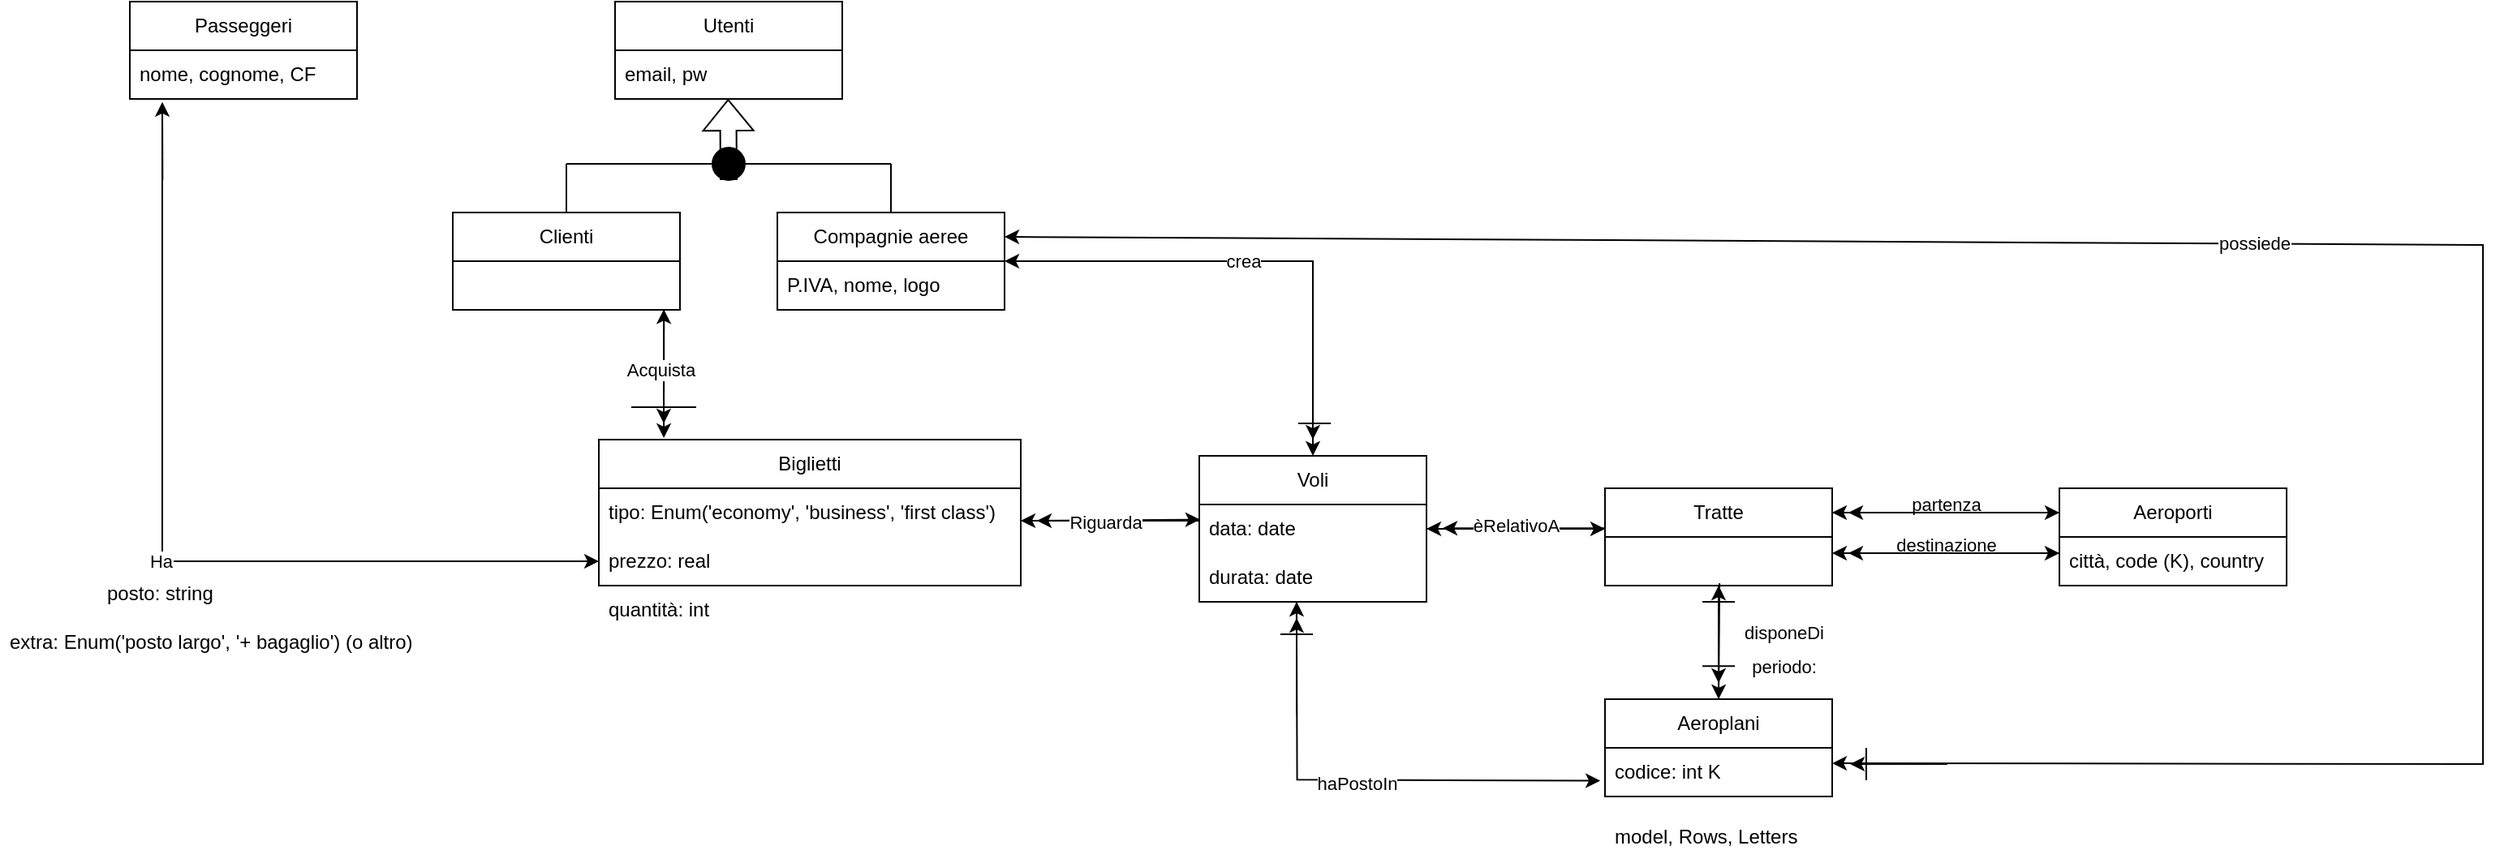
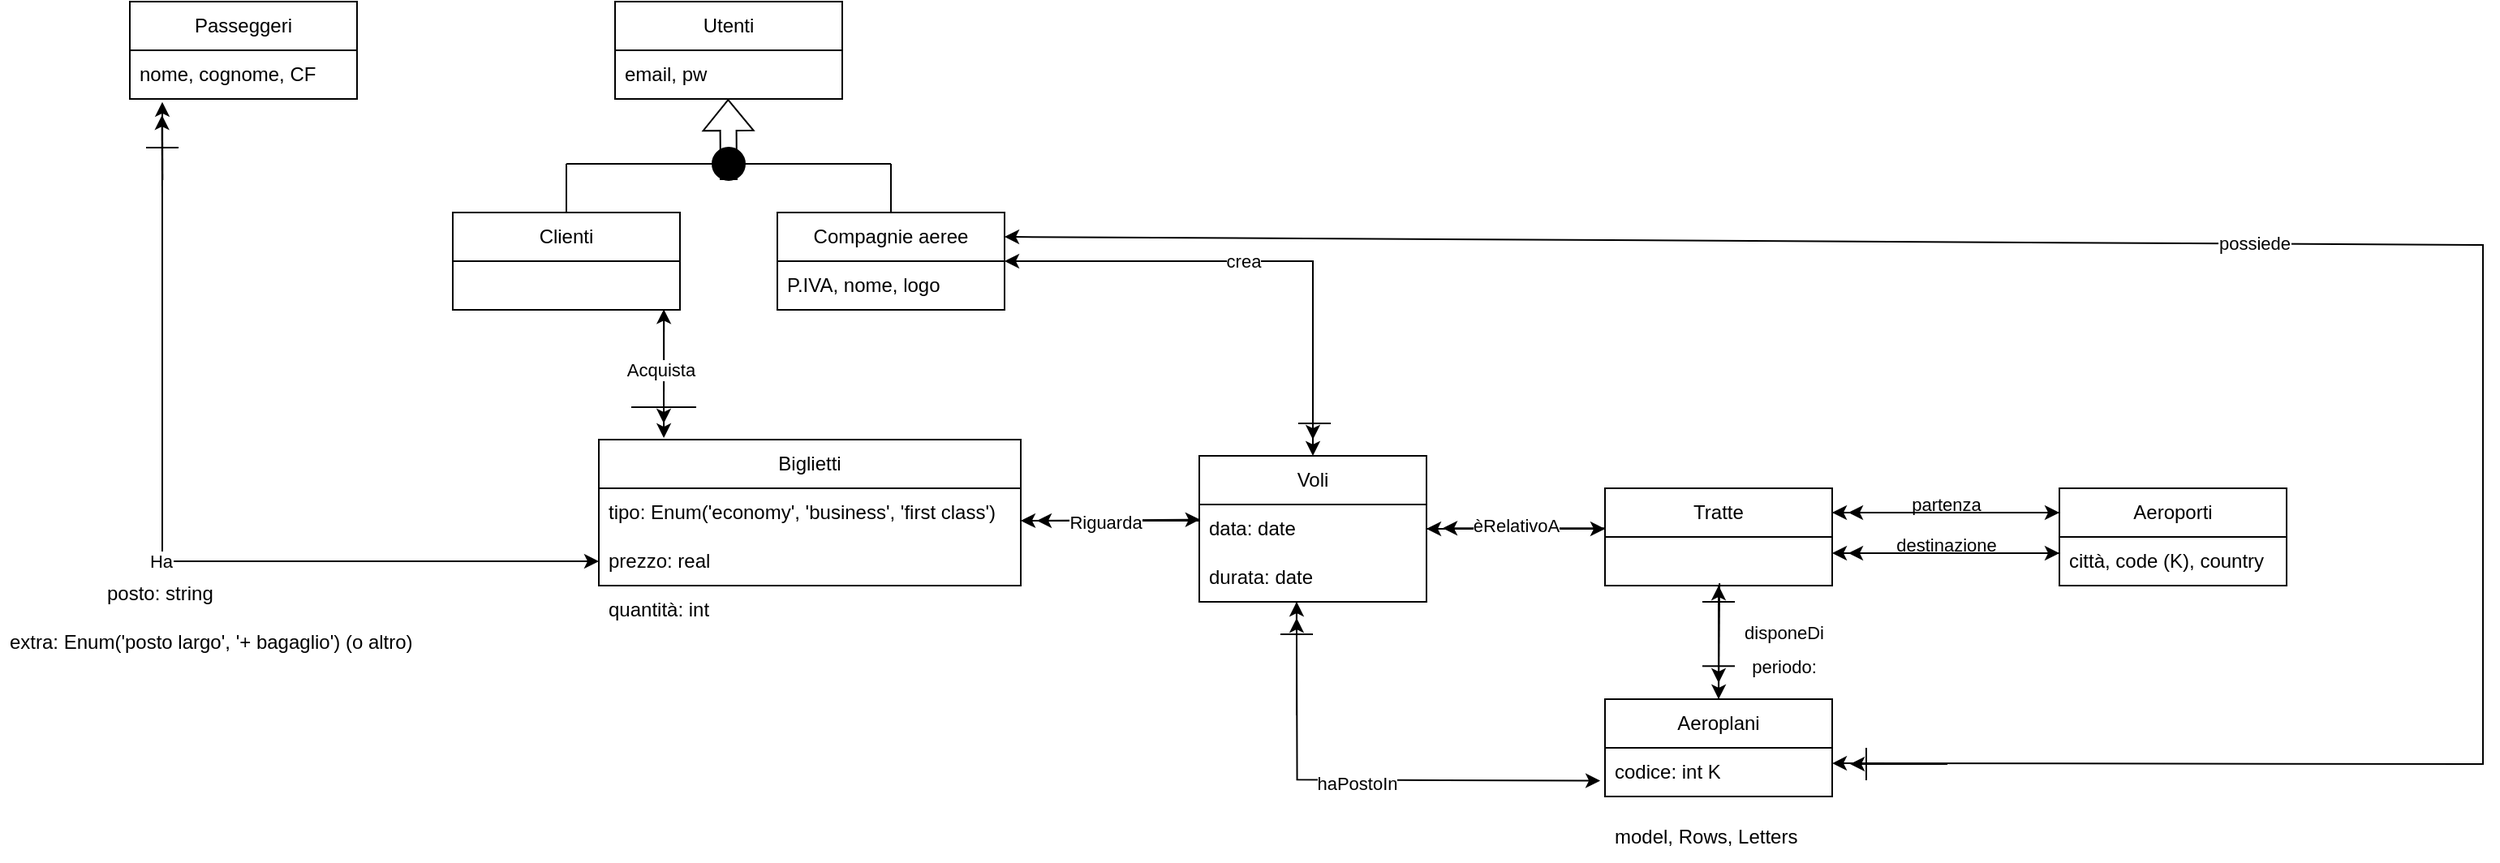
<mxfile host="65bd71144e">
    <diagram name="Pagina-1" id="Y2F9K8NCZ-bAOCw_idQH">
-         <mxGraphModel dx="2795" dy="2296" grid="1" gridSize="10" guides="1" tooltips="1" connect="1" arrows="1" fold="1" page="1" pageScale="1" pageWidth="1169" pageHeight="827" background="none" math="0" shadow="0">
+         <mxGraphModel dx="2490" dy="2175" grid="1" gridSize="10" guides="1" tooltips="1" connect="1" arrows="1" fold="1" page="1" pageScale="1" pageWidth="1169" pageHeight="827" background="none" math="0" shadow="0">
            <root>
                <mxCell id="0"/>
                <mxCell id="1" parent="0"/>
                <mxCell id="_ETjs5SsKa_0tdBlZnar-3" value="Utenti" style="swimlane;fontStyle=0;childLayout=stackLayout;horizontal=1;startSize=30;horizontalStack=0;resizeParent=1;resizeParentMax=0;resizeLast=0;collapsible=1;marginBottom=0;whiteSpace=wrap;html=1;" parent="1" vertex="1">
                    <mxGeometry x="119" y="-1600" width="140" height="60" as="geometry"/>
                </mxCell>
                <mxCell id="_ETjs5SsKa_0tdBlZnar-4" value="email, pw" style="text;strokeColor=none;fillColor=none;align=left;verticalAlign=middle;spacingLeft=4;spacingRight=4;overflow=hidden;points=[[0,0.5],[1,0.5]];portConstraint=eastwest;rotatable=0;whiteSpace=wrap;html=1;" parent="_ETjs5SsKa_0tdBlZnar-3" vertex="1">
                    <mxGeometry y="30" width="140" height="30" as="geometry"/>
                </mxCell>
                <mxCell id="_ETjs5SsKa_0tdBlZnar-15" value="Clienti" style="swimlane;fontStyle=0;childLayout=stackLayout;horizontal=1;startSize=30;horizontalStack=0;resizeParent=1;resizeParentMax=0;resizeLast=0;collapsible=1;marginBottom=0;whiteSpace=wrap;html=1;" parent="1" vertex="1">
                    <mxGeometry x="19" y="-1470" width="140" height="60" as="geometry"/>
                </mxCell>
                <mxCell id="_ETjs5SsKa_0tdBlZnar-17" value="Compagnie aeree" style="swimlane;fontStyle=0;childLayout=stackLayout;horizontal=1;startSize=30;horizontalStack=0;resizeParent=1;resizeParentMax=0;resizeLast=0;collapsible=1;marginBottom=0;whiteSpace=wrap;html=1;" parent="1" vertex="1">
                    <mxGeometry x="219" y="-1470" width="140" height="60" as="geometry"/>
                </mxCell>
                <mxCell id="_ETjs5SsKa_0tdBlZnar-18" value="P.IVA, nome, logo" style="text;strokeColor=none;fillColor=none;align=left;verticalAlign=middle;spacingLeft=4;spacingRight=4;overflow=hidden;points=[[0,0.5],[1,0.5]];portConstraint=eastwest;rotatable=0;whiteSpace=wrap;html=1;" parent="_ETjs5SsKa_0tdBlZnar-17" vertex="1">
                    <mxGeometry y="30" width="140" height="30" as="geometry"/>
                </mxCell>
                <mxCell id="_ETjs5SsKa_0tdBlZnar-19" value="Tratte" style="swimlane;fontStyle=0;childLayout=stackLayout;horizontal=1;startSize=30;horizontalStack=0;resizeParent=1;resizeParentMax=0;resizeLast=0;collapsible=1;marginBottom=0;whiteSpace=wrap;html=1;" parent="1" vertex="1">
                    <mxGeometry x="729" y="-1300" width="140" height="60" as="geometry"/>
                </mxCell>
                <mxCell id="_ETjs5SsKa_0tdBlZnar-21" value="Aeroplani" style="swimlane;fontStyle=0;childLayout=stackLayout;horizontal=1;startSize=30;horizontalStack=0;resizeParent=1;resizeParentMax=0;resizeLast=0;collapsible=1;marginBottom=0;whiteSpace=wrap;html=1;" parent="1" vertex="1">
                    <mxGeometry x="729" y="-1170" width="140" height="60" as="geometry"/>
                </mxCell>
                <mxCell id="_ETjs5SsKa_0tdBlZnar-22" value="codice: int K" style="text;strokeColor=none;fillColor=none;align=left;verticalAlign=middle;spacingLeft=4;spacingRight=4;overflow=hidden;points=[[0,0.5],[1,0.5]];portConstraint=eastwest;rotatable=0;whiteSpace=wrap;html=1;" parent="_ETjs5SsKa_0tdBlZnar-21" vertex="1">
                    <mxGeometry y="30" width="140" height="30" as="geometry"/>
                </mxCell>
                <mxCell id="_ETjs5SsKa_0tdBlZnar-23" value="Aeroporti" style="swimlane;fontStyle=0;childLayout=stackLayout;horizontal=1;startSize=30;horizontalStack=0;resizeParent=1;resizeParentMax=0;resizeLast=0;collapsible=1;marginBottom=0;whiteSpace=wrap;html=1;" parent="1" vertex="1">
                    <mxGeometry x="1009" y="-1300" width="140" height="60" as="geometry"/>
                </mxCell>
                <mxCell id="_ETjs5SsKa_0tdBlZnar-24" value="città, code (K), country" style="text;strokeColor=none;fillColor=none;align=left;verticalAlign=middle;spacingLeft=4;spacingRight=4;overflow=hidden;points=[[0,0.5],[1,0.5]];portConstraint=eastwest;rotatable=0;whiteSpace=wrap;html=1;" parent="_ETjs5SsKa_0tdBlZnar-23" vertex="1">
                    <mxGeometry y="30" width="140" height="30" as="geometry"/>
                </mxCell>
                <mxCell id="_ETjs5SsKa_0tdBlZnar-25" value="" style="endArrow=classic;html=1;rounded=0;exitX=1;exitY=0.25;exitDx=0;exitDy=0;entryX=0;entryY=0.25;entryDx=0;entryDy=0;" parent="1" source="_ETjs5SsKa_0tdBlZnar-19" target="_ETjs5SsKa_0tdBlZnar-23" edge="1">
                    <mxGeometry width="50" height="50" relative="1" as="geometry">
                        <mxPoint x="709" y="-1000" as="sourcePoint"/>
                        <mxPoint x="759" y="-1050" as="targetPoint"/>
                    </mxGeometry>
                </mxCell>
                <mxCell id="_ETjs5SsKa_0tdBlZnar-27" value="" style="endArrow=classic;html=1;rounded=0;entryX=1;entryY=0.25;entryDx=0;entryDy=0;exitX=0;exitY=0.25;exitDx=0;exitDy=0;" parent="1" source="_ETjs5SsKa_0tdBlZnar-23" target="_ETjs5SsKa_0tdBlZnar-19" edge="1">
                    <mxGeometry width="50" height="50" relative="1" as="geometry">
                        <mxPoint x="709" y="-1000" as="sourcePoint"/>
                        <mxPoint x="759" y="-1050" as="targetPoint"/>
                    </mxGeometry>
                </mxCell>
                <mxCell id="_ETjs5SsKa_0tdBlZnar-28" value="partenza" style="edgeLabel;html=1;align=center;verticalAlign=middle;resizable=0;points=[];" parent="_ETjs5SsKa_0tdBlZnar-27" vertex="1" connectable="0">
                    <mxGeometry x="0.0872" y="2" relative="1" as="geometry">
                        <mxPoint x="6" y="-7" as="offset"/>
                    </mxGeometry>
                </mxCell>
                <mxCell id="_ETjs5SsKa_0tdBlZnar-29" value="" style="endArrow=classic;html=1;rounded=0;exitX=0;exitY=0.25;exitDx=0;exitDy=0;" parent="1" source="_ETjs5SsKa_0tdBlZnar-23" edge="1">
                    <mxGeometry width="50" height="50" relative="1" as="geometry">
                        <mxPoint x="709" y="-1000" as="sourcePoint"/>
                        <mxPoint x="879" y="-1285" as="targetPoint"/>
                    </mxGeometry>
                </mxCell>
                <mxCell id="_ETjs5SsKa_0tdBlZnar-30" value="" style="endArrow=classic;html=1;rounded=0;entryX=1;entryY=0.25;entryDx=0;entryDy=0;exitX=0;exitY=0.25;exitDx=0;exitDy=0;" parent="1" edge="1">
                    <mxGeometry width="50" height="50" relative="1" as="geometry">
                        <mxPoint x="1009" y="-1260" as="sourcePoint"/>
                        <mxPoint x="869" y="-1260" as="targetPoint"/>
                    </mxGeometry>
                </mxCell>
                <mxCell id="_ETjs5SsKa_0tdBlZnar-31" value="destinazione" style="edgeLabel;html=1;align=center;verticalAlign=middle;resizable=0;points=[];" parent="_ETjs5SsKa_0tdBlZnar-30" vertex="1" connectable="0">
                    <mxGeometry x="0.0872" y="2" relative="1" as="geometry">
                        <mxPoint x="6" y="-7" as="offset"/>
                    </mxGeometry>
                </mxCell>
                <mxCell id="_ETjs5SsKa_0tdBlZnar-32" value="" style="endArrow=classic;html=1;rounded=0;exitX=0;exitY=0.25;exitDx=0;exitDy=0;" parent="1" edge="1">
                    <mxGeometry width="50" height="50" relative="1" as="geometry">
                        <mxPoint x="1009" y="-1260" as="sourcePoint"/>
                        <mxPoint x="879" y="-1260" as="targetPoint"/>
                    </mxGeometry>
                </mxCell>
                <mxCell id="_ETjs5SsKa_0tdBlZnar-33" value="" style="endArrow=classic;html=1;rounded=0;exitX=1.007;exitY=0.333;exitDx=0;exitDy=0;exitPerimeter=0;" parent="1" edge="1">
                    <mxGeometry width="50" height="50" relative="1" as="geometry">
                        <mxPoint x="869.9799999999998" y="-1260.0100000000002" as="sourcePoint"/>
                        <mxPoint x="1009" y="-1260" as="targetPoint"/>
                    </mxGeometry>
                </mxCell>
                <mxCell id="_ETjs5SsKa_0tdBlZnar-34" value="" style="endArrow=classic;html=1;rounded=0;exitX=0.504;exitY=0.951;exitDx=0;exitDy=0;exitPerimeter=0;entryX=0.5;entryY=0;entryDx=0;entryDy=0;" parent="1" target="_ETjs5SsKa_0tdBlZnar-21" edge="1">
                    <mxGeometry width="50" height="50" relative="1" as="geometry">
                        <mxPoint x="799.56" y="-1241.47" as="sourcePoint"/>
                        <mxPoint x="719" y="-1050" as="targetPoint"/>
                    </mxGeometry>
                </mxCell>
                <mxCell id="_ETjs5SsKa_0tdBlZnar-36" value="" style="endArrow=classic;html=1;rounded=0;" parent="1" edge="1">
                    <mxGeometry width="50" height="50" relative="1" as="geometry">
                        <mxPoint x="799" y="-1240" as="sourcePoint"/>
                        <mxPoint x="799" y="-1180" as="targetPoint"/>
                    </mxGeometry>
                </mxCell>
                <mxCell id="_ETjs5SsKa_0tdBlZnar-38" value="disponeDi" style="edgeLabel;html=1;align=center;verticalAlign=middle;resizable=0;points=[];" parent="_ETjs5SsKa_0tdBlZnar-36" vertex="1" connectable="0">
                    <mxGeometry x="-0.0573" y="1" relative="1" as="geometry">
                        <mxPoint x="39" as="offset"/>
                    </mxGeometry>
                </mxCell>
                <mxCell id="_ETjs5SsKa_0tdBlZnar-40" value="periodo:" style="edgeLabel;html=1;align=center;verticalAlign=middle;resizable=0;points=[];" parent="1" vertex="1" connectable="0">
                    <mxGeometry x="839" y="-1190.0048717948719" as="geometry"/>
                </mxCell>
                <mxCell id="_ETjs5SsKa_0tdBlZnar-41" value="" style="endArrow=classic;html=1;rounded=0;" parent="1" edge="1">
                    <mxGeometry width="50" height="50" relative="1" as="geometry">
                        <mxPoint x="799" y="-1170" as="sourcePoint"/>
                        <mxPoint x="799" y="-1240" as="targetPoint"/>
                    </mxGeometry>
                </mxCell>
                <mxCell id="_ETjs5SsKa_0tdBlZnar-42" value="Voli" style="swimlane;fontStyle=0;childLayout=stackLayout;horizontal=1;startSize=30;horizontalStack=0;resizeParent=1;resizeParentMax=0;resizeLast=0;collapsible=1;marginBottom=0;whiteSpace=wrap;html=1;" parent="1" vertex="1">
                    <mxGeometry x="479" y="-1320" width="140" height="90" as="geometry"/>
                </mxCell>
                <mxCell id="_ETjs5SsKa_0tdBlZnar-43" value="data: date" style="text;strokeColor=none;fillColor=none;align=left;verticalAlign=middle;spacingLeft=4;spacingRight=4;overflow=hidden;points=[[0,0.5],[1,0.5]];portConstraint=eastwest;rotatable=0;whiteSpace=wrap;html=1;" parent="_ETjs5SsKa_0tdBlZnar-42" vertex="1">
                    <mxGeometry y="30" width="140" height="30" as="geometry"/>
                </mxCell>
                <mxCell id="_ETjs5SsKa_0tdBlZnar-66" value="durata: date" style="text;strokeColor=none;fillColor=none;align=left;verticalAlign=middle;spacingLeft=4;spacingRight=4;overflow=hidden;points=[[0,0.5],[1,0.5]];portConstraint=eastwest;rotatable=0;whiteSpace=wrap;html=1;" parent="_ETjs5SsKa_0tdBlZnar-42" vertex="1">
                    <mxGeometry y="60" width="140" height="30" as="geometry"/>
                </mxCell>
                <mxCell id="_ETjs5SsKa_0tdBlZnar-46" value="Biglietti" style="swimlane;fontStyle=0;childLayout=stackLayout;horizontal=1;startSize=30;horizontalStack=0;resizeParent=1;resizeParentMax=0;resizeLast=0;collapsible=1;marginBottom=0;whiteSpace=wrap;html=1;" parent="1" vertex="1">
                    <mxGeometry x="109" y="-1330" width="260" height="90" as="geometry"/>
                </mxCell>
                <mxCell id="Bv-jkNyQtQAfHgGsfsne-6" value="tipo: Enum(&#39;economy&#39;, &#39;business&#39;, &#39;first class&#39;)" style="text;strokeColor=none;fillColor=none;align=left;verticalAlign=middle;spacingLeft=4;spacingRight=4;overflow=hidden;points=[[0,0.5],[1,0.5]];portConstraint=eastwest;rotatable=0;whiteSpace=wrap;html=1;" parent="_ETjs5SsKa_0tdBlZnar-46" vertex="1">
                    <mxGeometry y="30" width="260" height="30" as="geometry"/>
                </mxCell>
                <mxCell id="EdjyHUfcLkRTV670vATM-4" value="prezzo: real" style="text;strokeColor=none;fillColor=none;align=left;verticalAlign=middle;spacingLeft=4;spacingRight=4;overflow=hidden;points=[[0,0.5],[1,0.5]];portConstraint=eastwest;rotatable=0;whiteSpace=wrap;html=1;" parent="_ETjs5SsKa_0tdBlZnar-46" vertex="1">
                    <mxGeometry y="60" width="260" height="30" as="geometry"/>
                </mxCell>
                <mxCell id="_ETjs5SsKa_0tdBlZnar-62" value="" style="endArrow=classic;html=1;rounded=0;exitX=1;exitY=0.5;exitDx=0;exitDy=0;" parent="1" source="_ETjs5SsKa_0tdBlZnar-43" edge="1">
                    <mxGeometry width="50" height="50" relative="1" as="geometry">
                        <mxPoint x="549" y="-1210" as="sourcePoint"/>
                        <mxPoint x="729" y="-1275" as="targetPoint"/>
                    </mxGeometry>
                </mxCell>
                <mxCell id="_ETjs5SsKa_0tdBlZnar-63" value="" style="endArrow=classic;html=1;rounded=0;entryX=1;entryY=0.5;entryDx=0;entryDy=0;" parent="1" target="_ETjs5SsKa_0tdBlZnar-43" edge="1">
                    <mxGeometry width="50" height="50" relative="1" as="geometry">
                        <mxPoint x="729" y="-1275" as="sourcePoint"/>
                        <mxPoint x="549" y="-1230" as="targetPoint"/>
                    </mxGeometry>
                </mxCell>
                <mxCell id="_ETjs5SsKa_0tdBlZnar-64" value="" style="endArrow=classic;html=1;rounded=0;" parent="1" edge="1">
                    <mxGeometry width="50" height="50" relative="1" as="geometry">
                        <mxPoint x="729" y="-1275.4" as="sourcePoint"/>
                        <mxPoint x="629" y="-1275.4" as="targetPoint"/>
                    </mxGeometry>
                </mxCell>
                <mxCell id="_ETjs5SsKa_0tdBlZnar-65" value="èRelativoA" style="edgeLabel;html=1;align=center;verticalAlign=middle;resizable=0;points=[];" parent="_ETjs5SsKa_0tdBlZnar-64" vertex="1" connectable="0">
                    <mxGeometry x="0.0974" y="-2" relative="1" as="geometry">
                        <mxPoint as="offset"/>
                    </mxGeometry>
                </mxCell>
                <mxCell id="_ETjs5SsKa_0tdBlZnar-67" value="" style="shape=flexArrow;endArrow=classic;html=1;rounded=0;exitX=0.5;exitY=1;exitDx=0;exitDy=0;" parent="1" source="_ETjs5SsKa_0tdBlZnar-71" edge="1">
                    <mxGeometry width="50" height="50" relative="1" as="geometry">
                        <mxPoint x="189" y="-1500" as="sourcePoint"/>
                        <mxPoint x="188.67000000000002" y="-1540" as="targetPoint"/>
                    </mxGeometry>
                </mxCell>
                <mxCell id="_ETjs5SsKa_0tdBlZnar-68" value="" style="endArrow=none;html=1;rounded=0;" parent="1" source="_ETjs5SsKa_0tdBlZnar-71" edge="1">
                    <mxGeometry width="50" height="50" relative="1" as="geometry">
                        <mxPoint x="89" y="-1500" as="sourcePoint"/>
                        <mxPoint x="289" y="-1500" as="targetPoint"/>
                    </mxGeometry>
                </mxCell>
                <mxCell id="_ETjs5SsKa_0tdBlZnar-69" value="" style="endArrow=none;html=1;rounded=0;entryX=0.5;entryY=0;entryDx=0;entryDy=0;" parent="1" target="_ETjs5SsKa_0tdBlZnar-15" edge="1">
                    <mxGeometry width="50" height="50" relative="1" as="geometry">
                        <mxPoint x="89" y="-1500" as="sourcePoint"/>
                        <mxPoint x="299" y="-1490" as="targetPoint"/>
                    </mxGeometry>
                </mxCell>
                <mxCell id="_ETjs5SsKa_0tdBlZnar-70" value="" style="endArrow=none;html=1;rounded=0;entryX=0.5;entryY=0;entryDx=0;entryDy=0;" parent="1" target="_ETjs5SsKa_0tdBlZnar-17" edge="1">
                    <mxGeometry width="50" height="50" relative="1" as="geometry">
                        <mxPoint x="289" y="-1500" as="sourcePoint"/>
                        <mxPoint x="309" y="-1480" as="targetPoint"/>
                    </mxGeometry>
                </mxCell>
                <mxCell id="_ETjs5SsKa_0tdBlZnar-73" value="" style="shape=flexArrow;endArrow=classic;html=1;rounded=0;" parent="1" target="_ETjs5SsKa_0tdBlZnar-71" edge="1">
                    <mxGeometry width="50" height="50" relative="1" as="geometry">
                        <mxPoint x="189" y="-1500" as="sourcePoint"/>
                        <mxPoint x="188.67000000000002" y="-1540" as="targetPoint"/>
                    </mxGeometry>
                </mxCell>
                <mxCell id="_ETjs5SsKa_0tdBlZnar-74" value="" style="endArrow=none;html=1;rounded=0;" parent="1" target="_ETjs5SsKa_0tdBlZnar-71" edge="1">
                    <mxGeometry width="50" height="50" relative="1" as="geometry">
                        <mxPoint x="89" y="-1500" as="sourcePoint"/>
                        <mxPoint x="289" y="-1500" as="targetPoint"/>
                    </mxGeometry>
                </mxCell>
                <mxCell id="_ETjs5SsKa_0tdBlZnar-71" value="" style="ellipse;whiteSpace=wrap;html=1;aspect=fixed;strokeColor=#000000;fillColor=#000000;" parent="1" vertex="1">
                    <mxGeometry x="179" y="-1510" width="20" height="20" as="geometry"/>
                </mxCell>
                <mxCell id="_ETjs5SsKa_0tdBlZnar-85" value="" style="endArrow=classic;html=1;rounded=0;exitX=0.426;exitY=1.011;exitDx=0;exitDy=0;exitPerimeter=0;entryX=-0.021;entryY=0.675;entryDx=0;entryDy=0;entryPerimeter=0;" parent="1" target="_ETjs5SsKa_0tdBlZnar-22" edge="1">
                    <mxGeometry width="50" height="50" relative="1" as="geometry">
                        <mxPoint x="538.92" y="-1230" as="sourcePoint"/>
                        <mxPoint x="729" y="-1118.67" as="targetPoint"/>
                        <Array as="points">
                            <mxPoint x="539.28" y="-1120.33"/>
                        </Array>
                    </mxGeometry>
                </mxCell>
                <mxCell id="_ETjs5SsKa_0tdBlZnar-86" value="haPostoIn" style="edgeLabel;html=1;align=center;verticalAlign=middle;resizable=0;points=[];" parent="_ETjs5SsKa_0tdBlZnar-85" vertex="1" connectable="0">
                    <mxGeometry x="-0.0113" y="-2" relative="1" as="geometry">
                        <mxPoint as="offset"/>
                    </mxGeometry>
                </mxCell>
                <mxCell id="_ETjs5SsKa_0tdBlZnar-88" value="" style="endArrow=classic;html=1;rounded=0;" parent="1" edge="1">
                    <mxGeometry width="50" height="50" relative="1" as="geometry">
                        <mxPoint x="539" y="-1170" as="sourcePoint"/>
                        <mxPoint x="539" y="-1230" as="targetPoint"/>
                    </mxGeometry>
                </mxCell>
                <mxCell id="_ETjs5SsKa_0tdBlZnar-89" value="" style="endArrow=classic;html=1;rounded=0;" parent="1" edge="1">
                    <mxGeometry width="50" height="50" relative="1" as="geometry">
                        <mxPoint x="539" y="-1160" as="sourcePoint"/>
                        <mxPoint x="539" y="-1220" as="targetPoint"/>
                    </mxGeometry>
                </mxCell>
                <mxCell id="hUyTWg2xCONPmjfaOem0-3" value="" style="endArrow=classic;startArrow=classic;html=1;rounded=0;exitX=0.154;exitY=-0.011;exitDx=0;exitDy=0;exitPerimeter=0;entryX=0.929;entryY=0.989;entryDx=0;entryDy=0;entryPerimeter=0;" parent="1" source="_ETjs5SsKa_0tdBlZnar-46" edge="1">
                    <mxGeometry width="50" height="50" relative="1" as="geometry">
                        <mxPoint x="289" y="-1260" as="sourcePoint"/>
                        <mxPoint x="149.05999999999995" y="-1410.33" as="targetPoint"/>
                    </mxGeometry>
                </mxCell>
                <mxCell id="hUyTWg2xCONPmjfaOem0-9" value="" style="endArrow=classic;html=1;rounded=0;exitX=0.929;exitY=1;exitDx=0;exitDy=0;exitPerimeter=0;" parent="1" edge="1">
                    <mxGeometry width="50" height="50" relative="1" as="geometry">
                        <mxPoint x="149.05999999999995" y="-1410" as="sourcePoint"/>
                        <mxPoint x="149" y="-1340" as="targetPoint"/>
                    </mxGeometry>
                </mxCell>
                <mxCell id="Bv-jkNyQtQAfHgGsfsne-1" value="Acquista" style="edgeLabel;html=1;align=center;verticalAlign=middle;resizable=0;points=[];" parent="hUyTWg2xCONPmjfaOem0-9" vertex="1" connectable="0">
                    <mxGeometry x="0.0517" y="-2" relative="1" as="geometry">
                        <mxPoint as="offset"/>
                    </mxGeometry>
                </mxCell>
                <mxCell id="Bv-jkNyQtQAfHgGsfsne-2" value="" style="endArrow=classic;startArrow=classic;html=1;rounded=0;entryX=0.003;entryY=0.31;entryDx=0;entryDy=0;entryPerimeter=0;" parent="1" target="_ETjs5SsKa_0tdBlZnar-43" edge="1">
                    <mxGeometry width="50" height="50" relative="1" as="geometry">
                        <mxPoint x="369" y="-1280" as="sourcePoint"/>
                        <mxPoint x="419" y="-1330" as="targetPoint"/>
                    </mxGeometry>
                </mxCell>
                <mxCell id="Bv-jkNyQtQAfHgGsfsne-3" value="" style="endArrow=classic;html=1;rounded=0;" parent="1" edge="1">
                    <mxGeometry width="50" height="50" relative="1" as="geometry">
                        <mxPoint x="479" y="-1280" as="sourcePoint"/>
                        <mxPoint x="379" y="-1280" as="targetPoint"/>
                    </mxGeometry>
                </mxCell>
                <mxCell id="Bv-jkNyQtQAfHgGsfsne-4" value="Riguarda" style="edgeLabel;html=1;align=center;verticalAlign=middle;resizable=0;points=[];" parent="Bv-jkNyQtQAfHgGsfsne-3" vertex="1" connectable="0">
                    <mxGeometry x="0.16" y="1" relative="1" as="geometry">
                        <mxPoint as="offset"/>
                    </mxGeometry>
                </mxCell>
                <mxCell id="EdjyHUfcLkRTV670vATM-6" value="" style="endArrow=none;html=1;rounded=0;" parent="1" edge="1">
                    <mxGeometry width="50" height="50" relative="1" as="geometry">
                        <mxPoint x="129" y="-1350" as="sourcePoint"/>
                        <mxPoint x="169" y="-1350" as="targetPoint"/>
                    </mxGeometry>
                </mxCell>
                <mxCell id="EdjyHUfcLkRTV670vATM-8" value="" style="endArrow=none;html=1;rounded=0;" parent="1" edge="1">
                    <mxGeometry width="50" height="50" relative="1" as="geometry">
                        <mxPoint x="529" y="-1210" as="sourcePoint"/>
                        <mxPoint x="549" y="-1210" as="targetPoint"/>
                    </mxGeometry>
                </mxCell>
                <mxCell id="EdjyHUfcLkRTV670vATM-9" value="" style="endArrow=none;html=1;rounded=0;" parent="1" edge="1">
                    <mxGeometry width="50" height="50" relative="1" as="geometry">
                        <mxPoint x="809" y="-1230" as="sourcePoint"/>
                        <mxPoint x="789" y="-1230" as="targetPoint"/>
                    </mxGeometry>
                </mxCell>
                <mxCell id="EdjyHUfcLkRTV670vATM-10" value="" style="endArrow=none;html=1;rounded=0;" parent="1" edge="1">
                    <mxGeometry width="50" height="50" relative="1" as="geometry">
                        <mxPoint x="809" y="-1190.3400000000001" as="sourcePoint"/>
                        <mxPoint x="789" y="-1190.3400000000001" as="targetPoint"/>
                    </mxGeometry>
                </mxCell>
                <mxCell id="EdjyHUfcLkRTV670vATM-13" value="" style="endArrow=classic;startArrow=classic;html=1;rounded=0;exitX=1;exitY=0.5;exitDx=0;exitDy=0;entryX=0.5;entryY=0;entryDx=0;entryDy=0;" parent="1" source="_ETjs5SsKa_0tdBlZnar-17" target="_ETjs5SsKa_0tdBlZnar-42" edge="1">
                    <mxGeometry width="50" height="50" relative="1" as="geometry">
                        <mxPoint x="620" y="-1330" as="sourcePoint"/>
                        <mxPoint x="670" y="-1380" as="targetPoint"/>
                        <Array as="points">
                            <mxPoint x="549" y="-1440"/>
                        </Array>
                    </mxGeometry>
                </mxCell>
                <mxCell id="EdjyHUfcLkRTV670vATM-15" value="crea" style="edgeLabel;html=1;align=center;verticalAlign=middle;resizable=0;points=[];" parent="EdjyHUfcLkRTV670vATM-13" connectable="0" vertex="1">
                    <mxGeometry x="-0.0562" relative="1" as="geometry">
                        <mxPoint as="offset"/>
                    </mxGeometry>
                </mxCell>
                <mxCell id="EdjyHUfcLkRTV670vATM-14" value="" style="endArrow=classic;html=1;rounded=0;" parent="1" edge="1">
                    <mxGeometry width="50" height="50" relative="1" as="geometry">
                        <mxPoint x="549" y="-1410" as="sourcePoint"/>
                        <mxPoint x="549" y="-1330" as="targetPoint"/>
                    </mxGeometry>
                </mxCell>
                <mxCell id="EdjyHUfcLkRTV670vATM-16" value="" style="endArrow=none;html=1;rounded=0;" parent="1" edge="1">
                    <mxGeometry width="50" height="50" relative="1" as="geometry">
                        <mxPoint x="540" y="-1340" as="sourcePoint"/>
                        <mxPoint x="560" y="-1340" as="targetPoint"/>
                    </mxGeometry>
                </mxCell>
                <mxCell id="11" value="Passeggeri" style="swimlane;fontStyle=0;childLayout=stackLayout;horizontal=1;startSize=30;horizontalStack=0;resizeParent=1;resizeParentMax=0;resizeLast=0;collapsible=1;marginBottom=0;whiteSpace=wrap;html=1;" parent="1" vertex="1">
                    <mxGeometry x="-180" y="-1600" width="140" height="60" as="geometry"/>
                </mxCell>
                <mxCell id="12" value="&lt;span style=&quot;color: rgb(0, 0, 0);&quot;&gt;nome, cognome, CF&lt;/span&gt;" style="text;strokeColor=none;fillColor=none;align=left;verticalAlign=middle;spacingLeft=4;spacingRight=4;overflow=hidden;points=[[0,0.5],[1,0.5]];portConstraint=eastwest;rotatable=0;whiteSpace=wrap;html=1;" parent="11" vertex="1">
                    <mxGeometry y="30" width="140" height="30" as="geometry"/>
                </mxCell>
                <mxCell id="16" value="" style="endArrow=classic;html=1;rounded=0;entryX=0;entryY=0.5;entryDx=0;entryDy=0;" parent="1" target="EdjyHUfcLkRTV670vATM-4" edge="1">
                    <mxGeometry width="50" height="50" relative="1" as="geometry">
                        <mxPoint x="-160" y="-1530" as="sourcePoint"/>
                        <mxPoint x="50" y="-1255" as="targetPoint"/>
                        <Array as="points">
                            <mxPoint x="-160" y="-1255"/>
                        </Array>
                    </mxGeometry>
                </mxCell>
                <mxCell id="17" value="Ha" style="edgeLabel;html=1;align=center;verticalAlign=middle;resizable=0;points=[];" parent="16" vertex="1" connectable="0">
                    <mxGeometry x="0.0517" y="-2" relative="1" as="geometry">
                        <mxPoint x="-12" y="-2" as="offset"/>
                    </mxGeometry>
                </mxCell>
                <mxCell id="19" value="" style="endArrow=classic;html=1;rounded=0;entryX=0.106;entryY=1.063;entryDx=0;entryDy=0;entryPerimeter=0;" parent="1" edge="1">
                    <mxGeometry width="50" height="50" relative="1" as="geometry">
                        <mxPoint x="-159.84" y="-1490" as="sourcePoint"/>
                        <mxPoint x="-159.99999999999986" y="-1538.11" as="targetPoint"/>
                        <Array as="points"/>
                    </mxGeometry>
                </mxCell>
                <mxCell id="EdjyHUfcLkRTV670vATM-5" value="posto: string" style="text;strokeColor=none;fillColor=none;align=left;verticalAlign=middle;spacingLeft=4;spacingRight=4;overflow=hidden;points=[[0,0.5],[1,0.5]];portConstraint=eastwest;rotatable=0;whiteSpace=wrap;html=1;" parent="1" vertex="1">
                    <mxGeometry x="-200" y="-1250" width="80" height="30" as="geometry"/>
                </mxCell>
                <mxCell id="_ETjs5SsKa_0tdBlZnar-47" value="extra: Enum(&#39;posto largo&#39;, &#39;+ bagaglio&#39;) (o altro)" style="text;strokeColor=none;fillColor=none;align=left;verticalAlign=middle;spacingLeft=4;spacingRight=4;overflow=hidden;points=[[0,0.5],[1,0.5]];portConstraint=eastwest;rotatable=0;whiteSpace=wrap;html=1;" parent="1" vertex="1">
                    <mxGeometry x="-260" y="-1220" width="260" height="30" as="geometry"/>
                </mxCell>
                <mxCell id="21" value="quantità: int" style="text;strokeColor=none;fillColor=none;align=left;verticalAlign=middle;spacingLeft=4;spacingRight=4;overflow=hidden;points=[[0,0.5],[1,0.5]];portConstraint=eastwest;rotatable=0;whiteSpace=wrap;html=1;" parent="1" vertex="1">
                    <mxGeometry x="109" y="-1240" width="260" height="30" as="geometry"/>
                </mxCell>
                <mxCell id="22" value="model, Rows, Letters" style="text;strokeColor=none;fillColor=none;align=left;verticalAlign=middle;spacingLeft=4;spacingRight=4;overflow=hidden;points=[[0,0.5],[1,0.5]];portConstraint=eastwest;rotatable=0;whiteSpace=wrap;html=1;" parent="1" vertex="1">
                    <mxGeometry x="729" y="-1100" width="140" height="30" as="geometry"/>
                </mxCell>
-                 <mxCell id="23" value="" style="endArrow=classic;startArrow=classic;html=1;rounded=0;exitX=1;exitY=0.25;exitDx=0;exitDy=0;entryX=1;entryY=0.317;entryDx=0;entryDy=0;entryPerimeter=0;" edge="1" parent="1" source="_ETjs5SsKa_0tdBlZnar-17" target="_ETjs5SsKa_0tdBlZnar-22">
+                 <mxCell id="23" value="" style="endArrow=classic;startArrow=classic;html=1;rounded=0;exitX=1;exitY=0.25;exitDx=0;exitDy=0;entryX=1;entryY=0.317;entryDx=0;entryDy=0;entryPerimeter=0;" parent="1" source="_ETjs5SsKa_0tdBlZnar-17" target="_ETjs5SsKa_0tdBlZnar-22" edge="1">
                    <mxGeometry width="50" height="50" relative="1" as="geometry">
                        <mxPoint x="584" y="-1540" as="sourcePoint"/>
                        <mxPoint x="774" y="-1420" as="targetPoint"/>
                        <Array as="points">
                            <mxPoint x="1270" y="-1450"/>
                            <mxPoint x="1270" y="-1130"/>
                        </Array>
                    </mxGeometry>
                </mxCell>
-                 <mxCell id="24" value="possiede" style="edgeLabel;html=1;align=center;verticalAlign=middle;resizable=0;points=[];" connectable="0" vertex="1" parent="23">
+                 <mxCell id="24" value="possiede" style="edgeLabel;html=1;align=center;verticalAlign=middle;resizable=0;points=[];" parent="23" connectable="0" vertex="1">
                    <mxGeometry x="-0.0562" relative="1" as="geometry">
                        <mxPoint as="offset"/>
                    </mxGeometry>
                </mxCell>
-                 <mxCell id="26" value="" style="endArrow=classic;html=1;rounded=0;" edge="1" parent="1">
+                 <mxCell id="26" value="" style="endArrow=classic;html=1;rounded=0;" parent="1" edge="1">
                    <mxGeometry width="50" height="50" relative="1" as="geometry">
                        <mxPoint x="940" y="-1130" as="sourcePoint"/>
                        <mxPoint x="880" y="-1130" as="targetPoint"/>
                    </mxGeometry>
                </mxCell>
-                 <mxCell id="27" value="" style="endArrow=none;html=1;rounded=0;" edge="1" parent="1">
+                 <mxCell id="27" value="" style="endArrow=none;html=1;rounded=0;" parent="1" edge="1">
                    <mxGeometry width="50" height="50" relative="1" as="geometry">
                        <mxPoint x="890" y="-1140" as="sourcePoint"/>
                        <mxPoint x="890" y="-1120" as="targetPoint"/>
+                     </mxGeometry>
+                 </mxCell>
+                 <mxCell id="28" value="" style="endArrow=classic;html=1;rounded=0;entryX=0.106;entryY=1.063;entryDx=0;entryDy=0;entryPerimeter=0;" edge="1" parent="1">
+                     <mxGeometry width="50" height="50" relative="1" as="geometry">
+                         <mxPoint x="-160.03" y="-1481.89" as="sourcePoint"/>
+                         <mxPoint x="-160.18999999999986" y="-1530" as="targetPoint"/>
+                         <Array as="points"/>
+                     </mxGeometry>
+                 </mxCell>
+                 <mxCell id="29" value="" style="endArrow=none;html=1;rounded=0;" edge="1" parent="1">
+                     <mxGeometry width="50" height="50" relative="1" as="geometry">
+                         <mxPoint x="-170" y="-1510" as="sourcePoint"/>
+                         <mxPoint x="-150" y="-1510" as="targetPoint"/>
+                         <Array as="points">
+                             <mxPoint x="-160" y="-1510"/>
+                         </Array>
                    </mxGeometry>
                </mxCell>
            </root>
        </mxGraphModel>
    </diagram>
</mxfile>